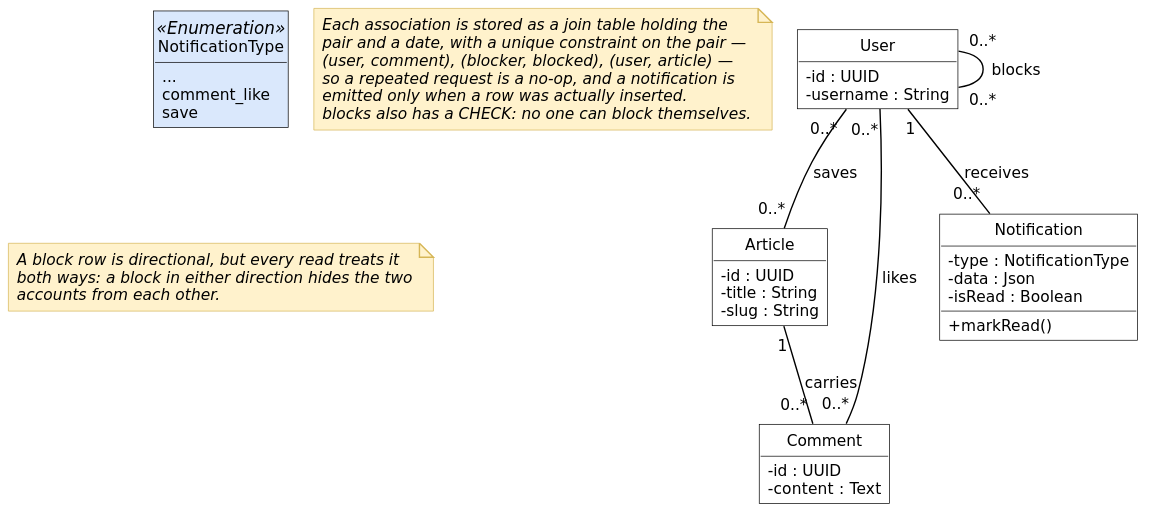
inkwell-dev/spec.inkwell.ai keeps this PlantUML diagram as diagrams/fig-7-2-classes-sprint-7/fig-7-2-classes-sprint-7.svg. Above is the earlier version.
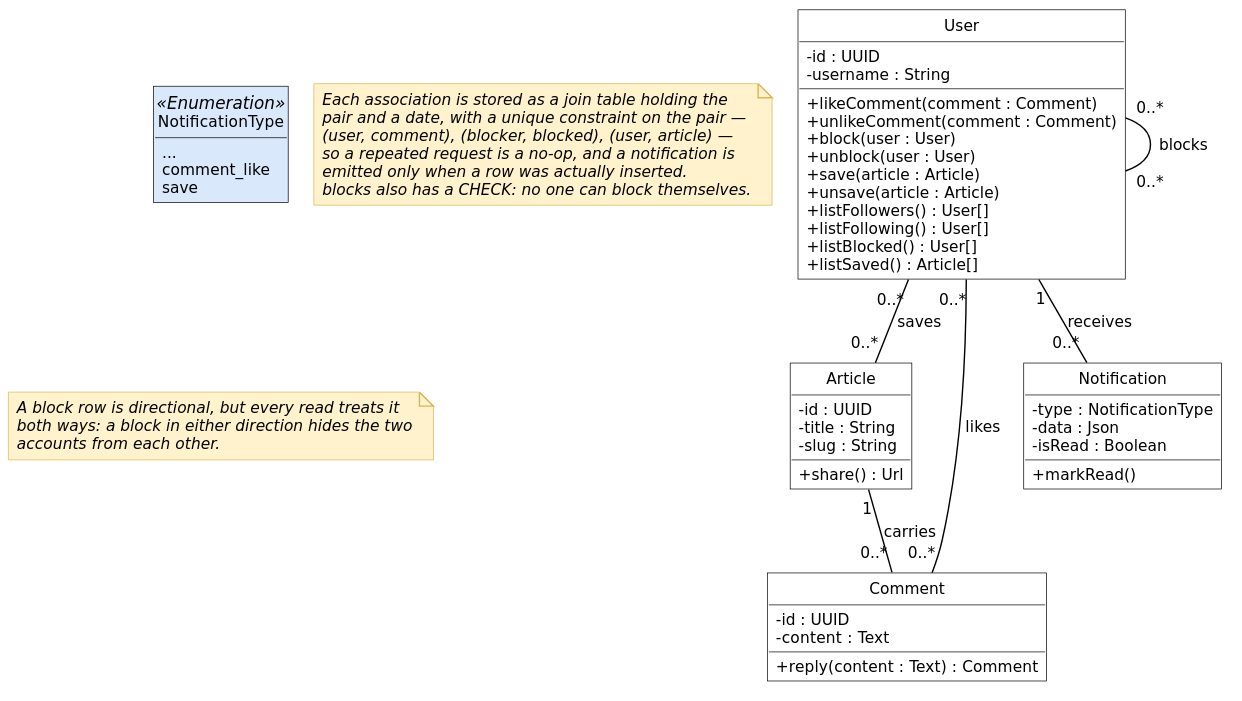
The same file after the commit.

Change to the diagram source:
```diff
@@ -8,15 +8,27 @@
 class User {
   - id : UUID
   - username : String
+  + likeComment(comment : Comment)
+  + unlikeComment(comment : Comment)
+  + block(user : User)
+  + unblock(user : User)
+  + save(article : Article)
+  + unsave(article : Article)
+  + listFollowers() : User[]
+  + listFollowing() : User[]
+  + listBlocked() : User[]
+  + listSaved() : Article[]
 }
 class Article {
   - id : UUID
   - title : String
   - slug : String
+  + share() : Url
 }
 class Comment {
   - id : UUID
   - content : Text
+  + reply(content : Text) : Comment
 }
 class Notification {
   - type : NotificationType
```
